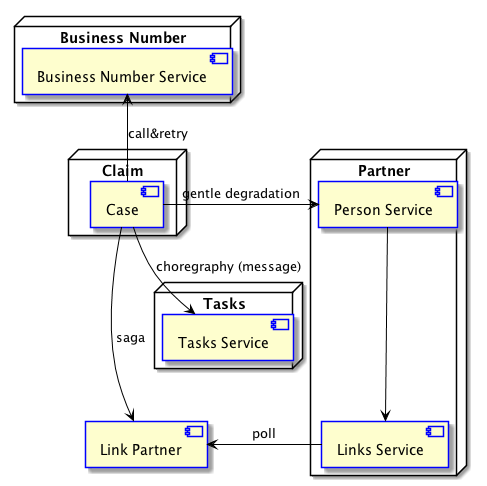
Earlier version of the PlantUML export doc/images/components.png (fxleloup/microservice-sandbox).
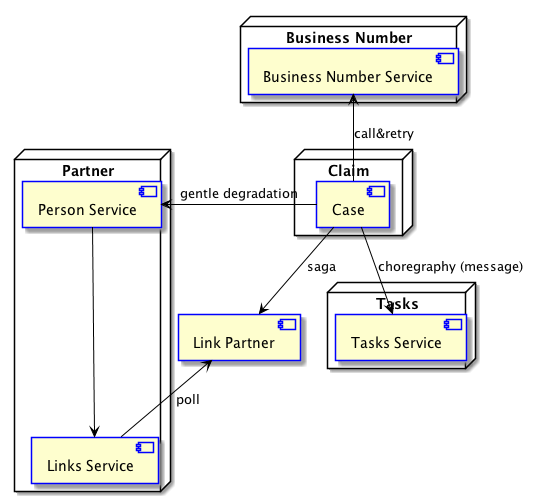
After the change.

What changed in the source:
```diff
@@ -22,7 +22,7 @@
 }
     [Link Partner] as lp
 
-    c -right-> lp : saga
+    c --> lp : saga
     lp <- ls : poll
     c --> ts : choregraphy (message)
     c -u-> bns : call&retry
```
